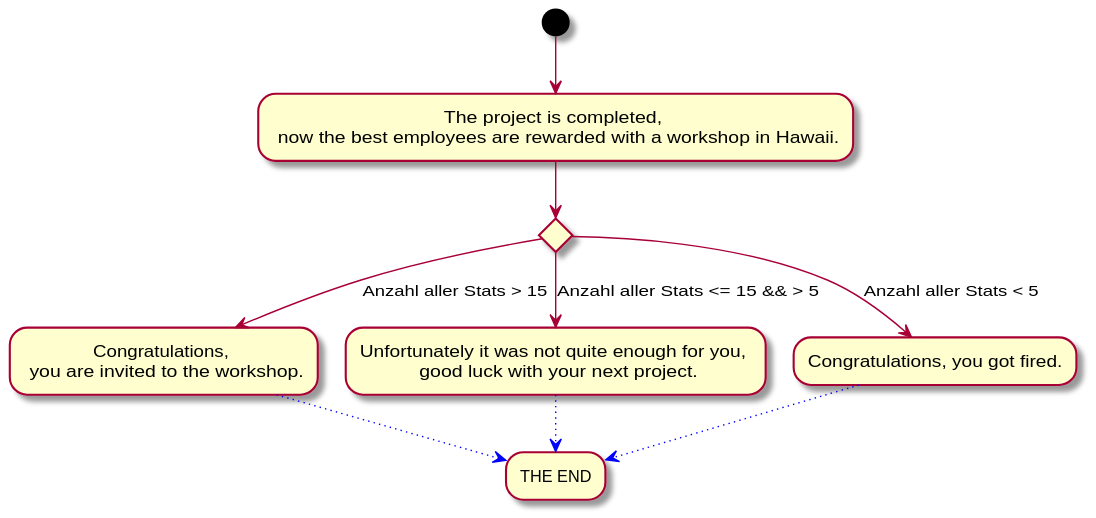
Above: Docs/Technical Specifications/docs/diagrams/StoryFlow/StoryFlow_Decision_15.svg in Brotenko/QualityQuest (PlantUML), before the change. The source it was exported from:
```plantuml
@startuml
(*) --> "The project is completed, \n now the best employees are rewarded with a workshop in Hawaii." as shop
if "" then
--> [Anzahl aller Stats > 15] "Congratulations, \n you are invited to the workshop." as a
else
--> [Anzahl aller Stats <= 15 && > 5] "Unfortunately it was not quite enough for you, \n good luck with your next project." as b
else
--> [Anzahl aller Stats < 5] "Congratulations, you got fired."
-[#blue,dotted]-> "THE END" as ende
a -[#blue,dotted]-> ende
b -[#blue,dotted]-> ende
@enduml
```
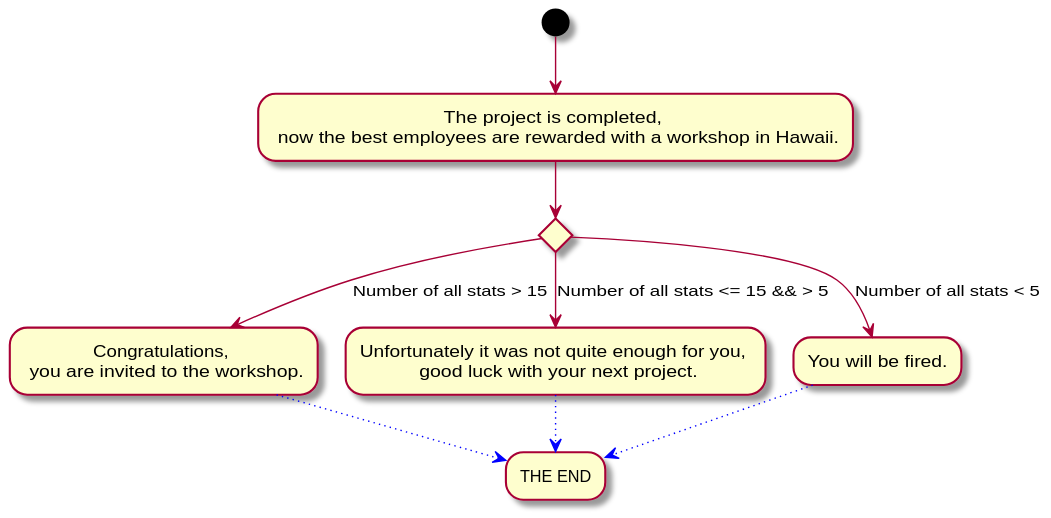
After the change.

The edit, as a diff of the source:
```diff
@@ -1,11 +1,11 @@
 @startuml
 (*) --> "The project is completed, \n now the best employees are rewarded with a workshop in Hawaii." as shop
 if "" then
---> [Anzahl aller Stats > 15] "Congratulations, \n you are invited to the workshop." as a
+--> [Number of all stats > 15] "Congratulations, \n you are invited to the workshop." as a
 else
---> [Anzahl aller Stats <= 15 && > 5] "Unfortunately it was not quite enough for you, \n good luck with your next project." as b
+--> [Number of all stats <= 15 && > 5] "Unfortunately it was not quite enough for you, \n good luck with your next project." as b
 else
---> [Anzahl aller Stats < 5] "Congratulations, you got fired."
+--> [Number of all stats < 5] "You will be fired."
 -[#blue,dotted]-> "THE END" as ende
 a -[#blue,dotted]-> ende
 b -[#blue,dotted]-> ende
```
